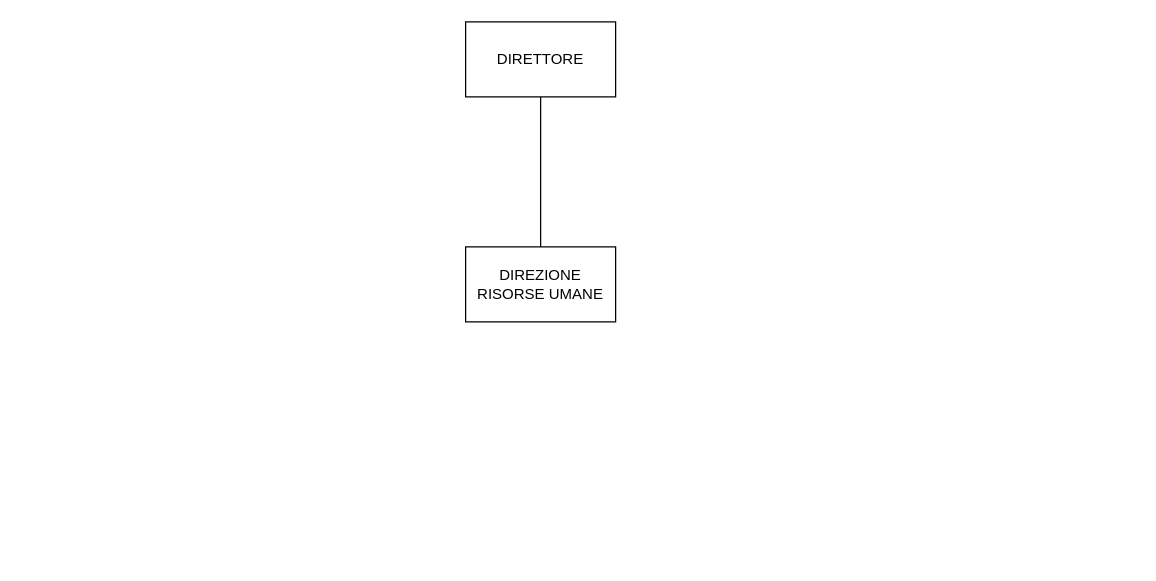
Before: organigrams/supermercati.drawio in Lanfr4/Galileo_Galilei, a draw.io diagram. Source tidied: cells renumbered, new cells numbered last; positions are measured from the earlier drawing's top-left corner, leaving out a move shared by most shapes. Both pictures are drawn from the tidied source at 125%, with x=0, y=0 at pixel (465, 21).
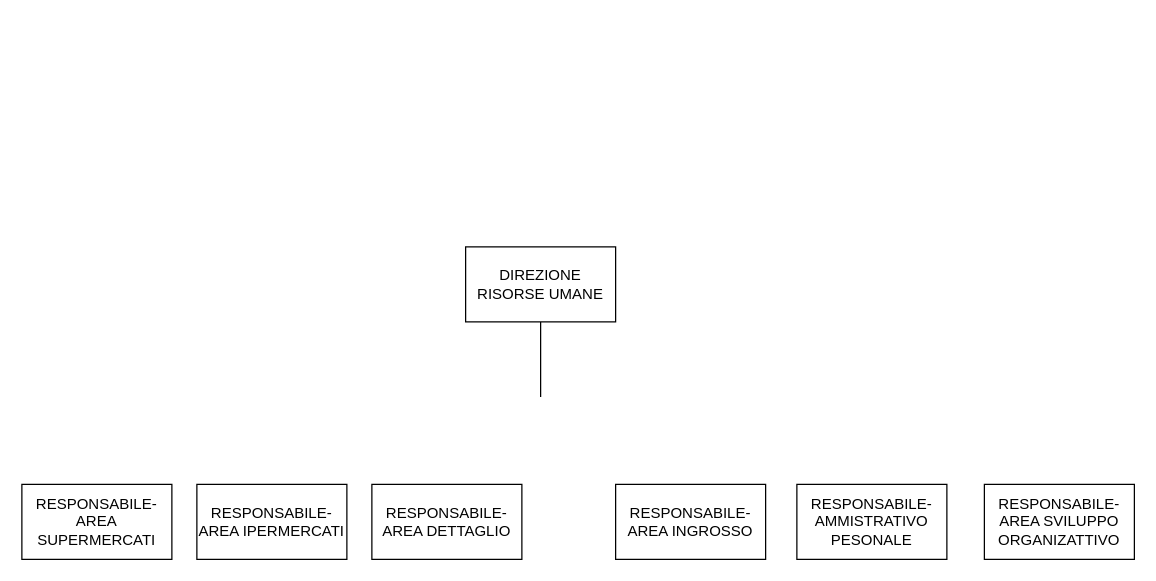
The same page after the edit.

The edit, as a diff of the source:
```diff
@@
 <mxGraphModel>
   <root>
     <mxCell id="0" />
     <mxCell id="1" parent="0" />
-    <mxCell id="2" value="DIRETTORE" style="rounded=0;whiteSpace=wrap;html=1;" parent="1" vertex="1">
-      <mxGeometry width="120" height="60" as="geometry" />
-    </mxCell>
     <mxCell id="3" value="DIREZIONE RISORSE UMANE" style="rounded=0;whiteSpace=wrap;html=1;rotation=0;" parent="1" vertex="1">
       <mxGeometry y="180" width="120" height="60" as="geometry" />
     </mxCell>
-    <mxCell id="4" style="endArrow=none;html=1;rounded=0;entryX=0.5;entryY=1;entryDx=0;entryDy=0;" parent="1" edge="1" target="2">
-      <mxGeometry relative="1" as="geometry">
-        <mxPoint x="60" y="180" as="sourcePoint" />
-      </mxGeometry>
-    </mxCell>
+    <mxCell id="5" style="endArrow=none;html=1;rounded=0;entryX=0.5;entryY=1;entryDx=0;entryDy=0;" parent="1" edge="1" target="3">
+      <mxGeometry relative="1" as="geometry">
+        <mxPoint x="60" y="300" as="sourcePoint" />
+      </mxGeometry>
+    </mxCell>
+    <mxCell id="6" value="RESPONSABILE- AREA SUPERMERCATI" style="rounded=0;whiteSpace=wrap;html=1;" parent="1" vertex="1">
+      <mxGeometry x="-355" y="370" width="120" height="60" as="geometry" />
+    </mxCell>
+    <mxCell id="7" value="RESPONSABILE- AREA IPERMERCATI" style="rounded=0;whiteSpace=wrap;html=1;" parent="1" vertex="1">
+      <mxGeometry x="-215" y="370" width="120" height="60" as="geometry" />
+    </mxCell>
+    <mxCell id="8" value="RESPONSABILE- AREA INGROSSO" style="rounded=0;whiteSpace=wrap;html=1;" parent="1" vertex="1">
+      <mxGeometry x="120" y="370" width="120" height="60" as="geometry" />
+    </mxCell>
+    <mxCell id="9" value="RESPONSABILE- AREA DETTAGLIO" style="rounded=0;whiteSpace=wrap;html=1;" parent="1" vertex="1">
+      <mxGeometry x="-75" y="370" width="120" height="60" as="geometry" />
+    </mxCell>
+    <mxCell id="10" value="RESPONSABILE- AREA SVILUPPO ORGANIZATTIVO" style="rounded=0;whiteSpace=wrap;html=1;" parent="1" vertex="1">
+      <mxGeometry x="415" y="370" width="120" height="60" as="geometry" />
+    </mxCell>
+    <mxCell id="11" value="RESPONSABILE- AMMISTRATIVO&lt;div&gt;PESONALE&lt;/div&gt;" style="rounded=0;whiteSpace=wrap;html=1;" parent="1" vertex="1">
+      <mxGeometry x="265" y="370" width="120" height="60" as="geometry" />
+    </mxCell>
   </root>
 </mxGraphModel>
```
